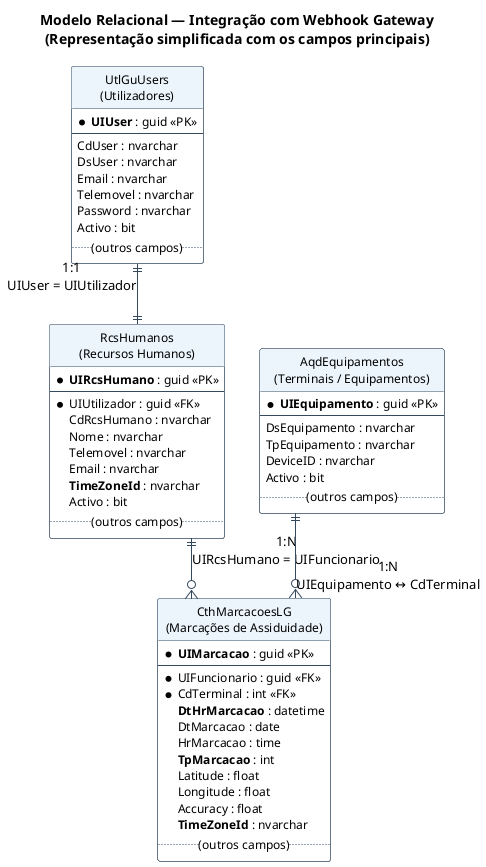
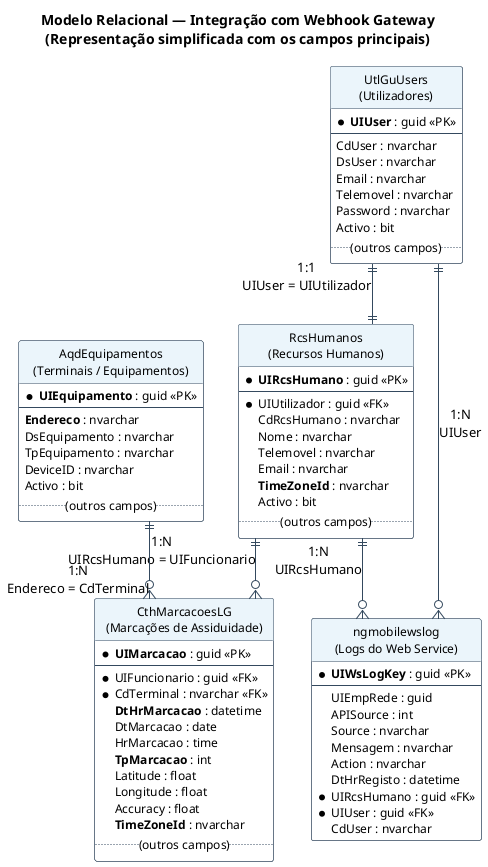
@startuml modelo_relacional
hide circle
skinparam linetype ortho
skinparam shadowing false
skinparam defaultFontName "Segoe UI"

skinparam class {
    BackgroundColor #FFFFFF
    BorderColor #34495E
    ArrowColor #34495E
    HeaderBackgroundColor #EBF5FB
    FontSize 13
    AttributeFontSize 12
}

title Modelo Relacional — Integração com Webhook Gateway\n(Representação simplificada com os campos principais)

entity "UtlGuUsers\n(Utilizadores)" as UTL {
    * **UIUser** : guid <<PK>>
    --
    CdUser : nvarchar
    DsUser : nvarchar
    Email : nvarchar
    Telemovel : nvarchar
    Password : nvarchar
    Activo : bit
    .. (outros campos) ..
}

entity "RcsHumanos\n(Recursos Humanos)" as RCS {
    * **UIRcsHumano** : guid <<PK>>
    --
    * UIUtilizador : guid <<FK>>
    CdRcsHumano : nvarchar
    Nome : nvarchar
    Telemovel : nvarchar
    Email : nvarchar
    **TimeZoneId** : nvarchar
    Activo : bit
    .. (outros campos) ..
}

entity "CthMarcacoesLG\n(Marcações de Assiduidade)" as MRC {
    * **UIMarcacao** : guid <<PK>>
    --
    * UIFuncionario : guid <<FK>>
-     * CdTerminal : int <<FK>>
+     * CdTerminal : nvarchar <<FK>>
    **DtHrMarcacao** : datetime
    DtMarcacao : date
    HrMarcacao : time
    **TpMarcacao** : int
    Latitude : float
    Longitude : float
    Accuracy : float
    **TimeZoneId** : nvarchar
    .. (outros campos) ..
}

entity "AqdEquipamentos\n(Terminais / Equipamentos)" as EQP {
    * **UIEquipamento** : guid <<PK>>
    --
+     **Endereco** : nvarchar
    DsEquipamento : nvarchar
    TpEquipamento : nvarchar
    DeviceID : nvarchar
    Activo : bit
    .. (outros campos) ..
}

+ entity "ngmobilewslog\n(Logs do Web Service)" as LOG {
+     * **UIWsLogKey** : guid <<PK>>
+     --
+     UIEmpRede : guid
+     APISource : int
+     Source : nvarchar
+     Mensagem : nvarchar
+     Action : nvarchar
+     DtHrRegisto : datetime
+     * UIRcsHumano : guid <<FK>>
+     * UIUser : guid <<FK>>
+     CdUser : nvarchar
+ }
+ 
' ─── Relações ─────────────────────────────────────────────
UTL ||--|| RCS : "1:1\nUIUser = UIUtilizador"
RCS ||--o{ MRC : "1:N\nUIRcsHumano = UIFuncionario"
- EQP ||--o{ MRC : "1:N\nUIEquipamento ↔ CdTerminal"
+ EQP ||--o{ MRC : "1:N\nEndereco = CdTerminal"
+ UTL ||--o{ LOG : "1:N\nUIUser"
+ RCS ||--o{ LOG : "1:N\nUIRcsHumano"

@enduml
